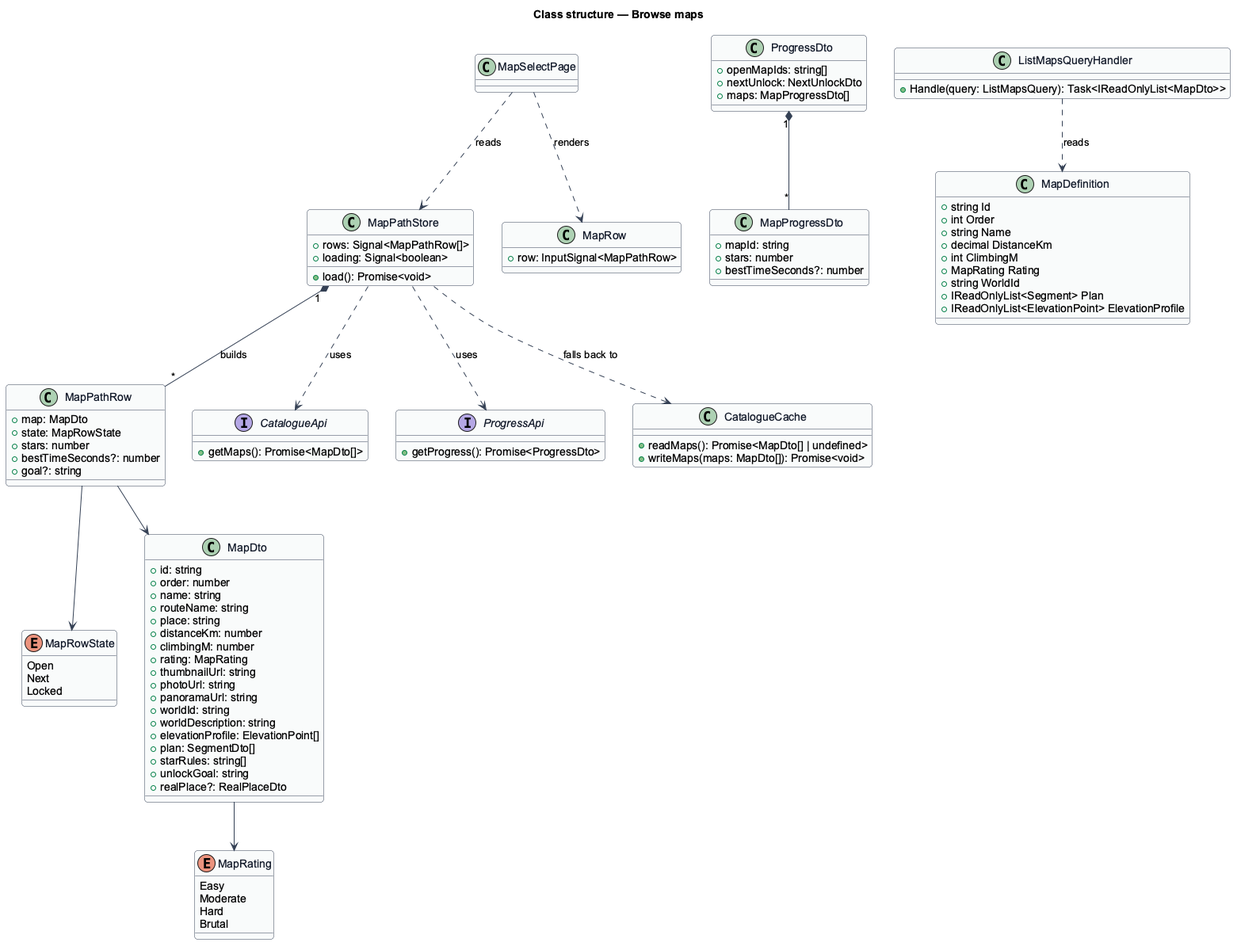
Earlier version of the PlantUML export docs/detailed-designs/race/browse-maps/diagrams/class-structure.png (QuinntyneBrown/ride-one).
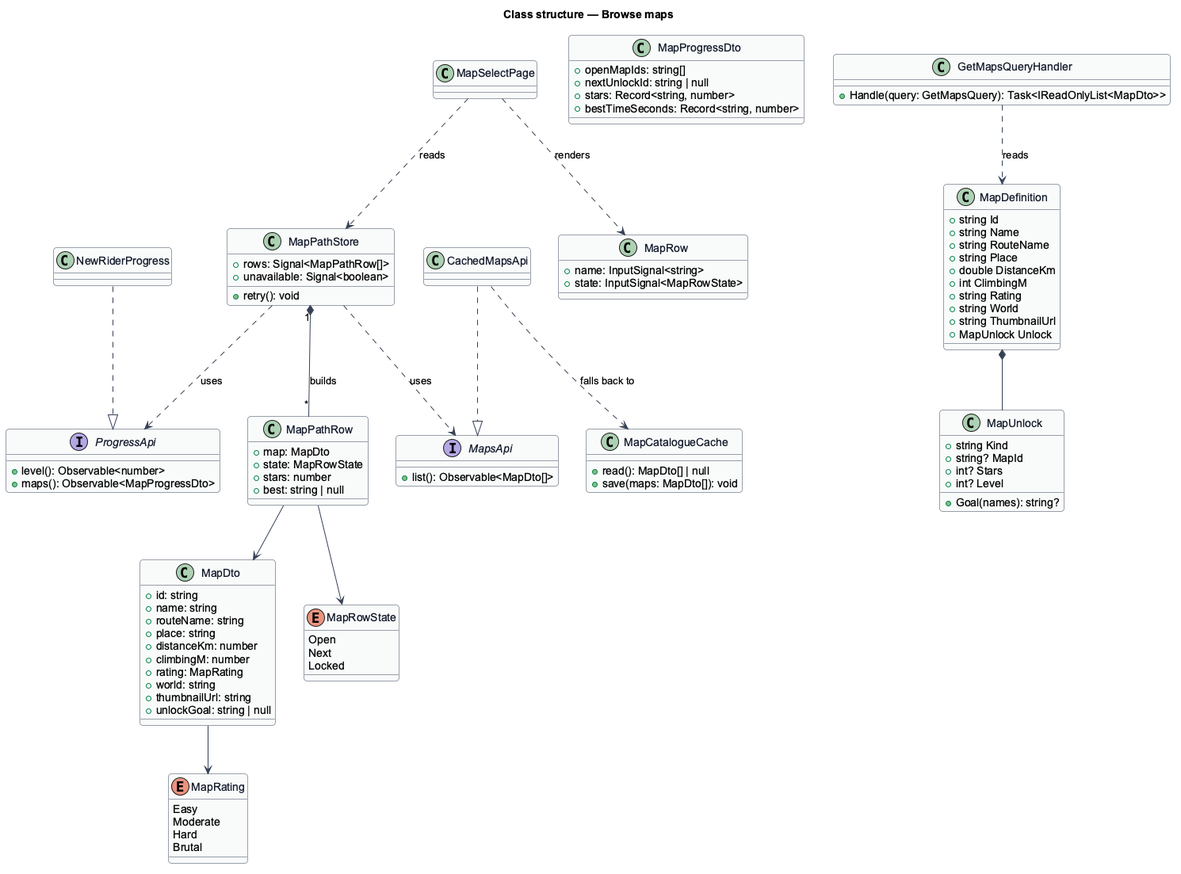
After the commit.

Diff of the diagram source:
```diff
@@ -23,83 +23,84 @@
 }
 class MapDto {
   +id: string
-  +order: number
   +name: string
   +routeName: string
   +place: string
   +distanceKm: number
   +climbingM: number
   +rating: MapRating
+  +world: string
   +thumbnailUrl: string
-  +photoUrl: string
-  +panoramaUrl: string
-  +worldId: string
-  +worldDescription: string
-  +elevationProfile: ElevationPoint[]
-  +plan: SegmentDto[]
-  +starRules: string[]
-  +unlockGoal: string
-  +realPlace?: RealPlaceDto
-}
-class ProgressDto {
-  +openMapIds: string[]
-  +nextUnlock: NextUnlockDto
-  +maps: MapProgressDto[]
+  +unlockGoal: string | null
 }
 class MapProgressDto {
-  +mapId: string
-  +stars: number
-  +bestTimeSeconds?: number
+  +openMapIds: string[]
+  +nextUnlockId: string | null
+  +stars: Record<string, number>
+  +bestTimeSeconds: Record<string, number>
 }
 class MapPathRow {
   +map: MapDto
   +state: MapRowState
   +stars: number
-  +bestTimeSeconds?: number
-  +goal?: string
+  +best: string | null
 }
 class MapPathStore {
   +rows: Signal<MapPathRow[]>
-  +loading: Signal<boolean>
-  +load(): Promise<void>
+  +unavailable: Signal<boolean>
+  +retry(): void
 }
-interface CatalogueApi {
-  +getMaps(): Promise<MapDto[]>
+interface MapsApi {
+  +list(): Observable<MapDto[]>
 }
 interface ProgressApi {
-  +getProgress(): Promise<ProgressDto>
+  +level(): Observable<number>
+  +maps(): Observable<MapProgressDto>
 }
-class CatalogueCache {
-  +readMaps(): Promise<MapDto[] | undefined>
-  +writeMaps(maps: MapDto[]): Promise<void>
+class CachedMapsApi
+class MapCatalogueCache {
+  +read(): MapDto[] | null
+  +save(maps: MapDto[]): void
 }
+class NewRiderProgress
 class MapSelectPage
 class MapRow {
-  +row: InputSignal<MapPathRow>
+  +name: InputSignal<string>
+  +state: InputSignal<MapRowState>
 }
 class MapDefinition {
   +string Id
-  +int Order
   +string Name
-  +decimal DistanceKm
+  +string RouteName
+  +string Place
+  +double DistanceKm
   +int ClimbingM
-  +MapRating Rating
-  +string WorldId
-  +IReadOnlyList<Segment> Plan
-  +IReadOnlyList<ElevationPoint> ElevationProfile
+  +string Rating
+  +string World
+  +string ThumbnailUrl
+  +MapUnlock Unlock
 }
-class ListMapsQueryHandler {
-  +Handle(query: ListMapsQuery): Task<IReadOnlyList<MapDto>>
+class MapUnlock {
+  +string Kind
+  +string? MapId
+  +int? Stars
+  +int? Level
+  +Goal(names): string?
+}
+class GetMapsQueryHandler {
+  +Handle(query: GetMapsQuery): Task<IReadOnlyList<MapDto>>
 }
 MapSelectPage ..> MapPathStore : reads
 MapSelectPage ..> MapRow : renders
-MapPathStore ..> CatalogueApi : uses
+MapPathStore ..> MapsApi : uses
 MapPathStore ..> ProgressApi : uses
-MapPathStore ..> CatalogueCache : falls back to
+CachedMapsApi ..|> MapsApi
+CachedMapsApi ..> MapCatalogueCache : falls back to
+NewRiderProgress ..|> ProgressApi
 MapPathStore "1" *-- "*" MapPathRow : builds
 MapPathRow --> MapDto
 MapPathRow --> MapRowState
 MapDto --> MapRating
-ProgressDto "1" *-- "*" MapProgressDto
-ListMapsQueryHandler ..> MapDefinition : reads
+GetMapsQueryHandler ..> MapDefinition : reads
+MapDefinition *-- MapUnlock
 @enduml
```
